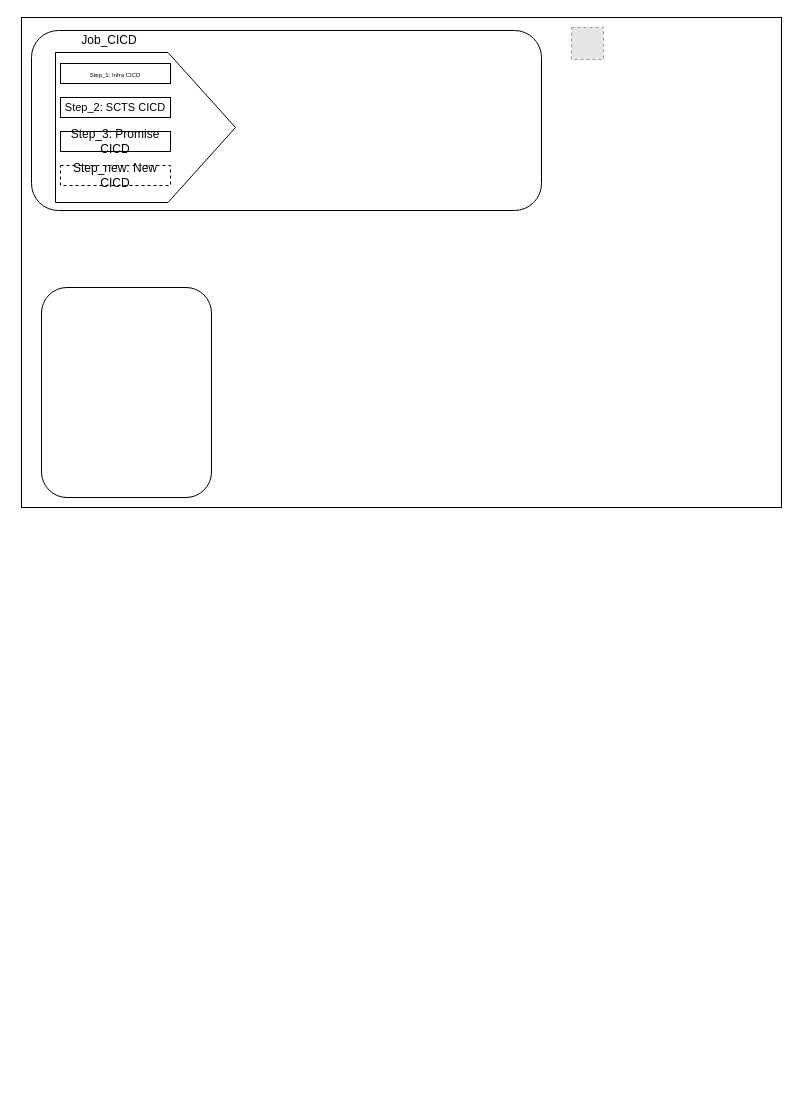
This is github-action-archticture.drawio from wangpengming/drawio, a draw.io file, before an edit. Source tidied: cells renumbered, new cells numbered last; positions are measured from the earlier drawing's top-left corner, leaving out a move shared by most shapes. Both pictures are drawn from the tidied source at 100%, with x=0, y=0 at pixel (21, 17). Pictures stored in the file or linked from it are replaced by grey dashed boxes.
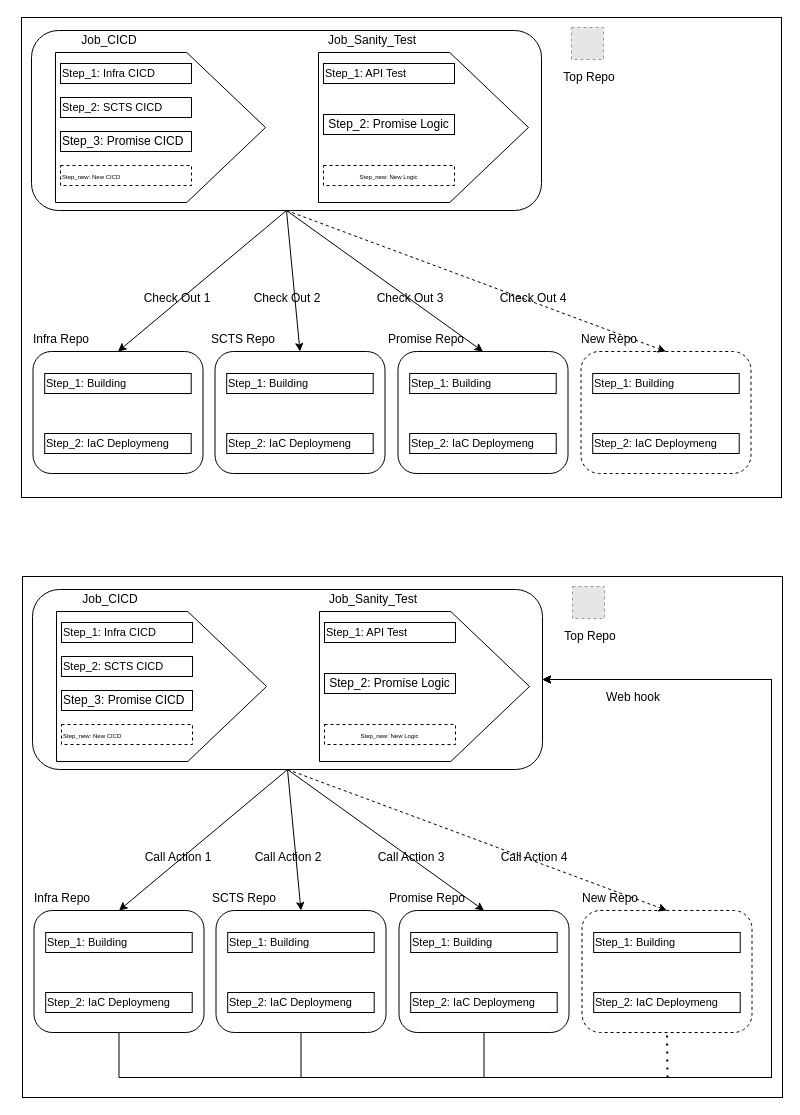
The same page after the edit.

The change refers to these unchanged cells:
```xml
<mxCell id="4" style="rounded=1;whiteSpace=wrap;html=1;fillColor=none;fontSize=12;" parent="1" vertex="1">
  <mxGeometry x="10" y="13" width="510" height="180" as="geometry" />
</mxCell>
```

The edit, as a diff of the source:
```diff
@@
     <mxCell id="2" style="rounded=0;whiteSpace=wrap;html=1;fillColor=none;fontSize=12;" parent="1" vertex="1">
-      <mxGeometry width="760" height="490" as="geometry" />
+      <mxGeometry width="760" height="480" as="geometry" />
     </mxCell>
@@
     <mxCell id="5" style="rounded=1;whiteSpace=wrap;html=1;fillColor=none;fontSize=12;" parent="1" vertex="1">
-      <mxGeometry x="20" y="270" width="170" height="210" as="geometry" />
+      <mxGeometry x="11.5" y="334" width="170" height="122" as="geometry" />
     </mxCell>
     <mxCell id="6" style="shape=offPageConnector;whiteSpace=wrap;html=1;fillColor=none;rotation=-90;fontSize=12;" parent="1" vertex="1">
-      <mxGeometry x="49" y="20" width="150" height="180" as="geometry" />
+      <mxGeometry x="64" y="5" width="150" height="210" as="geometry" />
     </mxCell>
-    <mxCell id="7" value="&lt;font style=&quot;font-size: 6px;&quot;&gt;Step_1: Infra CICD&lt;/font&gt;" style="rounded=0;whiteSpace=wrap;html=1;fillColor=none;fontSize=12;" parent="1" vertex="1">
-      <mxGeometry x="39" y="46" width="110" height="20" as="geometry" />
+    <mxCell id="7" value="&lt;font style=&quot;font-size: 11px;&quot;&gt;Step_1: Infra CICD&lt;/font&gt;" style="rounded=0;whiteSpace=wrap;html=1;fillColor=none;fontSize=12;align=left;" parent="1" vertex="1">
+      <mxGeometry x="39" y="46" width="131" height="20" as="geometry" />
     </mxCell>
@@
-    <mxCell id="9" value="&lt;font style=&quot;font-size: 11px;&quot;&gt;Step_2: SCTS CICD&lt;/font&gt;" style="rounded=0;whiteSpace=wrap;html=1;fillColor=none;fontSize=12;" parent="1" vertex="1">
-      <mxGeometry x="39" y="80" width="110" height="20" as="geometry" />
+    <mxCell id="9" value="&lt;font style=&quot;font-size: 11px;&quot;&gt;Step_2: SCTS CICD&lt;/font&gt;" style="rounded=0;whiteSpace=wrap;html=1;fillColor=none;fontSize=12;align=left;" parent="1" vertex="1">
+      <mxGeometry x="39" y="80" width="131" height="20" as="geometry" />
     </mxCell>
-    <mxCell id="10" value="Step_3: Promise CICD" style="rounded=0;whiteSpace=wrap;html=1;fillColor=none;fontSize=12;" parent="1" vertex="1">
-      <mxGeometry x="39" y="114" width="110" height="20" as="geometry" />
+    <mxCell id="10" value="Step_3: Promise CICD" style="rounded=0;whiteSpace=wrap;html=1;fillColor=none;fontSize=12;align=left;" parent="1" vertex="1">
+      <mxGeometry x="39" y="114" width="131" height="20" as="geometry" />
     </mxCell>
-    <mxCell id="11" value="Step_new: New CICD" style="rounded=0;whiteSpace=wrap;html=1;fillColor=none;dashed=1;fontSize=12;" parent="1" vertex="1">
-      <mxGeometry x="39" y="148" width="110" height="20" as="geometry" />
+    <mxCell id="11" value="&lt;font style=&quot;font-size: 6px;&quot;&gt;Step_new: New CICD&lt;/font&gt;" style="rounded=0;whiteSpace=wrap;html=1;fillColor=none;dashed=1;fontSize=12;align=left;" parent="1" vertex="1">
+      <mxGeometry x="39" y="148" width="131" height="20" as="geometry" />
     </mxCell>
+    <mxCell id="12" style="shape=offPageConnector;whiteSpace=wrap;html=1;fillColor=none;rotation=-90;fontSize=12;" parent="1" vertex="1">
+      <mxGeometry x="327" y="5" width="150" height="210" as="geometry" />
+    </mxCell>
+    <mxCell id="13" value="&lt;font style=&quot;font-size: 11px;&quot;&gt;Step_1: API Test&lt;/font&gt;" style="rounded=0;whiteSpace=wrap;html=1;fillColor=none;fontSize=12;align=left;" parent="1" vertex="1">
+      <mxGeometry x="302" y="46" width="131" height="20" as="geometry" />
+    </mxCell>
+    <mxCell id="14" value="Job_Sanity_Test" style="rounded=0;whiteSpace=wrap;html=1;fillColor=none;opacity=0;shadow=1;fontSize=12;" parent="1" vertex="1">
+      <mxGeometry x="296" y="13" width="110" height="20" as="geometry" />
+    </mxCell>
+    <mxCell id="15" value="Step_2: Promise Logic" style="rounded=0;whiteSpace=wrap;html=1;fillColor=none;fontSize=12;" parent="1" vertex="1">
+      <mxGeometry x="302" y="97" width="131" height="20" as="geometry" />
+    </mxCell>
+    <mxCell id="16" value="&lt;font style=&quot;font-size: 6px;&quot;&gt;Step_new: New Logic&lt;/font&gt;" style="rounded=0;whiteSpace=wrap;html=1;fillColor=none;dashed=1;fontSize=12;" parent="1" vertex="1">
+      <mxGeometry x="302" y="148" width="131" height="20" as="geometry" />
+    </mxCell>
+    <mxCell id="17" value="Top Repo" style="rounded=0;whiteSpace=wrap;html=1;fillColor=none;opacity=0;shadow=1;fontSize=12;" parent="1" vertex="1">
+      <mxGeometry x="528" y="50" width="80" height="20" as="geometry" />
+    </mxCell>
+    <mxCell id="18" value="&lt;font style=&quot;font-size: 11px;&quot;&gt;Step_1: Building&lt;/font&gt;" style="rounded=0;whiteSpace=wrap;html=1;fillColor=none;fontSize=12;align=left;" parent="1" vertex="1">
+      <mxGeometry x="23.2" y="356" width="146.5" height="20" as="geometry" />
+    </mxCell>
+    <mxCell id="19" value="&lt;font style=&quot;font-size: 11px;&quot;&gt;Step_2: IaC Deploymeng&lt;/font&gt;" style="rounded=0;whiteSpace=wrap;html=1;fillColor=none;fontSize=12;align=left;" parent="1" vertex="1">
+      <mxGeometry x="23.2" y="416" width="146.5" height="20" as="geometry" />
+    </mxCell>
+    <mxCell id="20" value="Infra Repo" style="rounded=0;whiteSpace=wrap;html=1;fillColor=none;opacity=0;shadow=1;fontSize=12;" parent="1" vertex="1">
+      <mxGeometry y="312" width="80" height="20" as="geometry" />
+    </mxCell>
+    <mxCell id="21" style="rounded=1;whiteSpace=wrap;html=1;fillColor=none;fontSize=12;" parent="1" vertex="1">
+      <mxGeometry x="193.5" y="334" width="170" height="122" as="geometry" />
+    </mxCell>
+    <mxCell id="22" value="&lt;font style=&quot;font-size: 11px;&quot;&gt;Step_1: Building&lt;/font&gt;" style="rounded=0;whiteSpace=wrap;html=1;fillColor=none;fontSize=12;align=left;" parent="1" vertex="1">
+      <mxGeometry x="205.2" y="356" width="146.5" height="20" as="geometry" />
+    </mxCell>
+    <mxCell id="23" value="&lt;font style=&quot;font-size: 11px;&quot;&gt;Step_2: IaC Deploymeng&lt;/font&gt;" style="rounded=0;whiteSpace=wrap;html=1;fillColor=none;fontSize=12;align=left;" parent="1" vertex="1">
+      <mxGeometry x="205.2" y="416" width="146.5" height="20" as="geometry" />
+    </mxCell>
+    <mxCell id="24" value="SCTS Repo" style="rounded=0;whiteSpace=wrap;html=1;fillColor=none;opacity=0;shadow=1;fontSize=12;" parent="1" vertex="1">
+      <mxGeometry x="182" y="312" width="80" height="20" as="geometry" />
+    </mxCell>
+    <mxCell id="25" style="rounded=1;whiteSpace=wrap;html=1;fillColor=none;fontSize=12;" parent="1" vertex="1">
+      <mxGeometry x="376.5" y="334" width="170" height="122" as="geometry" />
+    </mxCell>
+    <mxCell id="26" value="&lt;font style=&quot;font-size: 11px;&quot;&gt;Step_1: Building&lt;/font&gt;" style="rounded=0;whiteSpace=wrap;html=1;fillColor=none;fontSize=12;align=left;" parent="1" vertex="1">
+      <mxGeometry x="388.2" y="356" width="146.5" height="20" as="geometry" />
+    </mxCell>
+    <mxCell id="27" value="&lt;font style=&quot;font-size: 11px;&quot;&gt;Step_2: IaC Deploymeng&lt;/font&gt;" style="rounded=0;whiteSpace=wrap;html=1;fillColor=none;fontSize=12;align=left;" parent="1" vertex="1">
+      <mxGeometry x="388.2" y="416" width="146.5" height="20" as="geometry" />
+    </mxCell>
+    <mxCell id="28" value="Promise Repo" style="rounded=0;whiteSpace=wrap;html=1;fillColor=none;opacity=0;shadow=1;fontSize=12;" parent="1" vertex="1">
+      <mxGeometry x="365" y="312" width="80" height="20" as="geometry" />
+    </mxCell>
+    <mxCell id="29" style="rounded=1;whiteSpace=wrap;html=1;fillColor=none;fontSize=12;dashed=1;" parent="1" vertex="1">
+      <mxGeometry x="559.5" y="334" width="170" height="122" as="geometry" />
+    </mxCell>
+    <mxCell id="30" value="&lt;font style=&quot;font-size: 11px;&quot;&gt;Step_1: Building&lt;/font&gt;" style="rounded=0;whiteSpace=wrap;html=1;fillColor=none;fontSize=12;align=left;" parent="1" vertex="1">
+      <mxGeometry x="571.2" y="356" width="146.5" height="20" as="geometry" />
+    </mxCell>
+    <mxCell id="31" value="&lt;font style=&quot;font-size: 11px;&quot;&gt;Step_2: IaC Deploymeng&lt;/font&gt;" style="rounded=0;whiteSpace=wrap;html=1;fillColor=none;fontSize=12;align=left;" parent="1" vertex="1">
+      <mxGeometry x="571.2" y="416" width="146.5" height="20" as="geometry" />
+    </mxCell>
+    <mxCell id="32" value="New Repo" style="rounded=0;whiteSpace=wrap;html=1;fillColor=none;opacity=0;shadow=1;fontSize=12;" parent="1" vertex="1">
+      <mxGeometry x="548" y="312" width="80" height="20" as="geometry" />
+    </mxCell>
+    <mxCell id="33" style="endArrow=classic;html=1;rounded=0;fontSize=6;exitX=0.5;exitY=1;exitDx=0;exitDy=0;entryX=0.5;entryY=0;entryDx=0;entryDy=0;" parent="1" edge="1" source="4" target="5">
+      <mxGeometry relative="1" as="geometry" />
+    </mxCell>
+    <mxCell id="34" style="endArrow=classic;html=1;rounded=0;fontSize=6;entryX=0.5;entryY=0;entryDx=0;entryDy=0;exitX=0.5;exitY=1;exitDx=0;exitDy=0;" parent="1" edge="1" source="4" target="21">
+      <mxGeometry relative="1" as="geometry" />
+    </mxCell>
+    <mxCell id="35" style="endArrow=classic;html=1;rounded=0;fontSize=6;exitX=0.5;exitY=1;exitDx=0;exitDy=0;entryX=0.5;entryY=0;entryDx=0;entryDy=0;" parent="1" edge="1" source="4" target="25">
+      <mxGeometry relative="1" as="geometry" />
+    </mxCell>
+    <mxCell id="36" style="endArrow=classic;html=1;rounded=0;fontSize=6;exitX=0.5;exitY=1;exitDx=0;exitDy=0;entryX=0.5;entryY=0;entryDx=0;entryDy=0;dashed=1;" parent="1" edge="1" source="4" target="29">
+      <mxGeometry relative="1" as="geometry" />
+    </mxCell>
+    <mxCell id="37" value="Check Out 1" style="rounded=0;whiteSpace=wrap;html=1;fillColor=none;opacity=0;shadow=1;fontSize=12;" parent="1" vertex="1">
+      <mxGeometry x="116" y="271" width="80" height="20" as="geometry" />
+    </mxCell>
+    <mxCell id="38" value="Check Out 2" style="rounded=0;whiteSpace=wrap;html=1;fillColor=none;opacity=0;shadow=1;fontSize=12;" parent="1" vertex="1">
+      <mxGeometry x="226" y="271" width="80" height="20" as="geometry" />
+    </mxCell>
+    <mxCell id="39" value="Check Out 3" style="rounded=0;whiteSpace=wrap;html=1;fillColor=none;opacity=0;shadow=1;fontSize=12;" parent="1" vertex="1">
+      <mxGeometry x="349" y="271" width="80" height="20" as="geometry" />
+    </mxCell>
+    <mxCell id="40" value="Check Out 4" style="rounded=0;whiteSpace=wrap;html=1;fillColor=none;opacity=0;shadow=1;fontSize=12;" parent="1" vertex="1">
+      <mxGeometry x="472" y="271" width="80" height="20" as="geometry" />
+    </mxCell>
+    <mxCell id="41" style="rounded=0;whiteSpace=wrap;html=1;fillColor=none;fontSize=12;" parent="1" vertex="1">
+      <mxGeometry x="1" y="559" width="760" height="521" as="geometry" />
+    </mxCell>
+    <mxCell id="42" style="fillColor=#E6E6E6;strokeColor=#999999;dashed=1;verticalLabelPosition=bottom;labelBackgroundColor=default;verticalAlign=top;fontSize=12;" parent="1" vertex="1">
+      <mxGeometry x="551" y="569" width="32" height="32" as="geometry" />
+    </mxCell>
+    <mxCell id="43" style="rounded=1;whiteSpace=wrap;html=1;fillColor=none;fontSize=12;" parent="1" vertex="1">
+      <mxGeometry x="11" y="572" width="510" height="180" as="geometry" />
+    </mxCell>
+    <mxCell id="44" style="edgeStyle=orthogonalEdgeStyle;rounded=0;jettySize=auto;html=1;exitX=0.5;exitY=1;exitDx=0;exitDy=0;entryX=1;entryY=0.5;entryDx=0;entryDy=0;fontSize=6;" parent="1" edge="1" source="45" target="43">
+      <mxGeometry relative="1" as="geometry">
+        <Array as="points">
+          <mxPoint x="98" y="1060" />
+          <mxPoint x="750" y="1060" />
+          <mxPoint x="750" y="662" />
+        </Array>
+      </mxGeometry>
+    </mxCell>
+    <mxCell id="45" style="rounded=1;whiteSpace=wrap;html=1;fillColor=none;fontSize=12;" parent="1" vertex="1">
+      <mxGeometry x="12.5" y="893" width="170" height="122" as="geometry" />
+    </mxCell>
+    <mxCell id="46" style="shape=offPageConnector;whiteSpace=wrap;html=1;fillColor=none;rotation=-90;fontSize=12;" parent="1" vertex="1">
+      <mxGeometry x="65" y="564" width="150" height="210" as="geometry" />
+    </mxCell>
+    <mxCell id="47" value="&lt;font style=&quot;font-size: 11px;&quot;&gt;Step_1: Infra CICD&lt;/font&gt;" style="rounded=0;whiteSpace=wrap;html=1;fillColor=none;fontSize=12;align=left;" parent="1" vertex="1">
+      <mxGeometry x="40" y="605" width="131" height="20" as="geometry" />
+    </mxCell>
+    <mxCell id="48" value="Job_CICD" style="rounded=0;whiteSpace=wrap;html=1;fillColor=none;opacity=0;shadow=1;fontSize=12;" parent="1" vertex="1">
+      <mxGeometry x="34" y="572" width="110" height="20" as="geometry" />
+    </mxCell>
+    <mxCell id="49" value="&lt;font style=&quot;font-size: 11px;&quot;&gt;Step_2: SCTS CICD&lt;/font&gt;" style="rounded=0;whiteSpace=wrap;html=1;fillColor=none;fontSize=12;align=left;" parent="1" vertex="1">
+      <mxGeometry x="40" y="639" width="131" height="20" as="geometry" />
+    </mxCell>
+    <mxCell id="50" value="Step_3: Promise CICD" style="rounded=0;whiteSpace=wrap;html=1;fillColor=none;fontSize=12;align=left;" parent="1" vertex="1">
+      <mxGeometry x="40" y="673" width="131" height="20" as="geometry" />
+    </mxCell>
+    <mxCell id="51" value="&lt;font style=&quot;font-size: 6px;&quot;&gt;Step_new: New CICD&lt;/font&gt;" style="rounded=0;whiteSpace=wrap;html=1;fillColor=none;dashed=1;fontSize=12;align=left;" parent="1" vertex="1">
+      <mxGeometry x="40" y="707" width="131" height="20" as="geometry" />
+    </mxCell>
+    <mxCell id="52" style="shape=offPageConnector;whiteSpace=wrap;html=1;fillColor=none;rotation=-90;fontSize=12;" parent="1" vertex="1">
+      <mxGeometry x="328" y="564" width="150" height="210" as="geometry" />
+    </mxCell>
+    <mxCell id="53" value="&lt;font style=&quot;font-size: 11px;&quot;&gt;Step_1: API Test&lt;/font&gt;" style="rounded=0;whiteSpace=wrap;html=1;fillColor=none;fontSize=12;align=left;" parent="1" vertex="1">
+      <mxGeometry x="303" y="605" width="131" height="20" as="geometry" />
+    </mxCell>
+    <mxCell id="54" value="Job_Sanity_Test" style="rounded=0;whiteSpace=wrap;html=1;fillColor=none;opacity=0;shadow=1;fontSize=12;" parent="1" vertex="1">
+      <mxGeometry x="297" y="572" width="110" height="20" as="geometry" />
+    </mxCell>
+    <mxCell id="55" value="Step_2: Promise Logic" style="rounded=0;whiteSpace=wrap;html=1;fillColor=none;fontSize=12;" parent="1" vertex="1">
+      <mxGeometry x="303" y="656" width="131" height="20" as="geometry" />
+    </mxCell>
+    <mxCell id="56" value="&lt;font style=&quot;font-size: 6px;&quot;&gt;Step_new: New Logic&lt;/font&gt;" style="rounded=0;whiteSpace=wrap;html=1;fillColor=none;dashed=1;fontSize=12;" parent="1" vertex="1">
+      <mxGeometry x="303" y="707" width="131" height="20" as="geometry" />
+    </mxCell>
+    <mxCell id="57" value="Top Repo" style="rounded=0;whiteSpace=wrap;html=1;fillColor=none;opacity=0;shadow=1;fontSize=12;" parent="1" vertex="1">
+      <mxGeometry x="529" y="609" width="80" height="20" as="geometry" />
+    </mxCell>
+    <mxCell id="58" value="&lt;font style=&quot;font-size: 11px;&quot;&gt;Step_1: Building&lt;/font&gt;" style="rounded=0;whiteSpace=wrap;html=1;fillColor=none;fontSize=12;align=left;" parent="1" vertex="1">
+      <mxGeometry x="24.2" y="915" width="146.5" height="20" as="geometry" />
+    </mxCell>
+    <mxCell id="59" value="&lt;font style=&quot;font-size: 11px;&quot;&gt;Step_2: IaC Deploymeng&lt;/font&gt;" style="rounded=0;whiteSpace=wrap;html=1;fillColor=none;fontSize=12;align=left;" parent="1" vertex="1">
+      <mxGeometry x="24.2" y="975" width="146.5" height="20" as="geometry" />
+    </mxCell>
+    <mxCell id="60" value="Infra Repo" style="rounded=0;whiteSpace=wrap;html=1;fillColor=none;opacity=0;shadow=1;fontSize=12;" parent="1" vertex="1">
+      <mxGeometry x="1" y="871" width="80" height="20" as="geometry" />
+    </mxCell>
+    <mxCell id="61" style="edgeStyle=orthogonalEdgeStyle;rounded=0;jettySize=auto;html=1;exitX=0.5;exitY=1;exitDx=0;exitDy=0;entryX=1;entryY=0.5;entryDx=0;entryDy=0;fontSize=6;" parent="1" edge="1" source="62" target="43">
+      <mxGeometry relative="1" as="geometry">
+        <Array as="points">
+          <mxPoint x="280" y="1060" />
+          <mxPoint x="750" y="1060" />
+          <mxPoint x="750" y="662" />
+        </Array>
+      </mxGeometry>
+    </mxCell>
+    <mxCell id="62" style="rounded=1;whiteSpace=wrap;html=1;fillColor=none;fontSize=12;" parent="1" vertex="1">
+      <mxGeometry x="194.5" y="893" width="170" height="122" as="geometry" />
+    </mxCell>
+    <mxCell id="63" value="&lt;font style=&quot;font-size: 11px;&quot;&gt;Step_1: Building&lt;/font&gt;" style="rounded=0;whiteSpace=wrap;html=1;fillColor=none;fontSize=12;align=left;" parent="1" vertex="1">
+      <mxGeometry x="206.2" y="915" width="146.5" height="20" as="geometry" />
+    </mxCell>
+    <mxCell id="64" value="&lt;font style=&quot;font-size: 11px;&quot;&gt;Step_2: IaC Deploymeng&lt;/font&gt;" style="rounded=0;whiteSpace=wrap;html=1;fillColor=none;fontSize=12;align=left;" parent="1" vertex="1">
+      <mxGeometry x="206.2" y="975" width="146.5" height="20" as="geometry" />
+    </mxCell>
+    <mxCell id="65" value="SCTS Repo" style="rounded=0;whiteSpace=wrap;html=1;fillColor=none;opacity=0;shadow=1;fontSize=12;" parent="1" vertex="1">
+      <mxGeometry x="183" y="871" width="80" height="20" as="geometry" />
+    </mxCell>
+    <mxCell id="66" style="edgeStyle=orthogonalEdgeStyle;rounded=0;jettySize=auto;html=1;exitX=0.5;exitY=1;exitDx=0;exitDy=0;entryX=1;entryY=0.5;entryDx=0;entryDy=0;fontSize=6;" parent="1" edge="1" source="67" target="43">
+      <mxGeometry relative="1" as="geometry">
+        <Array as="points">
+          <mxPoint x="462" y="1060" />
+          <mxPoint x="750" y="1060" />
+          <mxPoint x="750" y="662" />
+        </Array>
+      </mxGeometry>
+    </mxCell>
+    <mxCell id="67" style="rounded=1;whiteSpace=wrap;html=1;fillColor=none;fontSize=12;" parent="1" vertex="1">
+      <mxGeometry x="377.5" y="893" width="170" height="122" as="geometry" />
+    </mxCell>
+    <mxCell id="68" value="&lt;font style=&quot;font-size: 11px;&quot;&gt;Step_1: Building&lt;/font&gt;" style="rounded=0;whiteSpace=wrap;html=1;fillColor=none;fontSize=12;align=left;" parent="1" vertex="1">
+      <mxGeometry x="389.2" y="915" width="146.5" height="20" as="geometry" />
+    </mxCell>
+    <mxCell id="69" value="&lt;font style=&quot;font-size: 11px;&quot;&gt;Step_2: IaC Deploymeng&lt;/font&gt;" style="rounded=0;whiteSpace=wrap;html=1;fillColor=none;fontSize=12;align=left;" parent="1" vertex="1">
+      <mxGeometry x="389.2" y="975" width="146.5" height="20" as="geometry" />
+    </mxCell>
+    <mxCell id="70" value="Promise Repo" style="rounded=0;whiteSpace=wrap;html=1;fillColor=none;opacity=0;shadow=1;fontSize=12;" parent="1" vertex="1">
+      <mxGeometry x="366" y="871" width="80" height="20" as="geometry" />
+    </mxCell>
+    <mxCell id="71" style="rounded=1;whiteSpace=wrap;html=1;fillColor=none;fontSize=12;dashed=1;" parent="1" vertex="1">
+      <mxGeometry x="560.5" y="893" width="170" height="122" as="geometry" />
+    </mxCell>
+    <mxCell id="72" value="&lt;font style=&quot;font-size: 11px;&quot;&gt;Step_1: Building&lt;/font&gt;" style="rounded=0;whiteSpace=wrap;html=1;fillColor=none;fontSize=12;align=left;" parent="1" vertex="1">
+      <mxGeometry x="572.2" y="915" width="146.5" height="20" as="geometry" />
+    </mxCell>
+    <mxCell id="73" value="&lt;font style=&quot;font-size: 11px;&quot;&gt;Step_2: IaC Deploymeng&lt;/font&gt;" style="rounded=0;whiteSpace=wrap;html=1;fillColor=none;fontSize=12;align=left;" parent="1" vertex="1">
+      <mxGeometry x="572.2" y="975" width="146.5" height="20" as="geometry" />
+    </mxCell>
+    <mxCell id="74" value="New Repo" style="rounded=0;whiteSpace=wrap;html=1;fillColor=none;opacity=0;shadow=1;fontSize=12;" parent="1" vertex="1">
+      <mxGeometry x="549" y="871" width="80" height="20" as="geometry" />
+    </mxCell>
+    <mxCell id="75" style="endArrow=classic;html=1;rounded=0;fontSize=6;exitX=0.5;exitY=1;exitDx=0;exitDy=0;entryX=0.5;entryY=0;entryDx=0;entryDy=0;" parent="1" edge="1" source="43" target="45">
+      <mxGeometry relative="1" as="geometry" />
+    </mxCell>
+    <mxCell id="76" style="endArrow=classic;html=1;rounded=0;fontSize=6;entryX=0.5;entryY=0;entryDx=0;entryDy=0;exitX=0.5;exitY=1;exitDx=0;exitDy=0;" parent="1" edge="1" source="43" target="62">
+      <mxGeometry relative="1" as="geometry" />
+    </mxCell>
+    <mxCell id="77" style="endArrow=classic;html=1;rounded=0;fontSize=6;exitX=0.5;exitY=1;exitDx=0;exitDy=0;entryX=0.5;entryY=0;entryDx=0;entryDy=0;" parent="1" edge="1" source="43" target="67">
+      <mxGeometry relative="1" as="geometry" />
+    </mxCell>
+    <mxCell id="78" style="endArrow=classic;html=1;rounded=0;fontSize=6;exitX=0.5;exitY=1;exitDx=0;exitDy=0;entryX=0.5;entryY=0;entryDx=0;entryDy=0;dashed=1;" parent="1" edge="1" source="43" target="71">
+      <mxGeometry relative="1" as="geometry" />
+    </mxCell>
+    <mxCell id="79" value="Call Action 1" style="rounded=0;whiteSpace=wrap;html=1;fillColor=none;opacity=0;shadow=1;fontSize=12;" parent="1" vertex="1">
+      <mxGeometry x="117" y="830" width="80" height="20" as="geometry" />
+    </mxCell>
+    <mxCell id="80" value="Call Action&amp;nbsp;2" style="rounded=0;whiteSpace=wrap;html=1;fillColor=none;opacity=0;shadow=1;fontSize=12;" parent="1" vertex="1">
+      <mxGeometry x="227" y="830" width="80" height="20" as="geometry" />
+    </mxCell>
+    <mxCell id="81" value="Call Action&amp;nbsp;3" style="rounded=0;whiteSpace=wrap;html=1;fillColor=none;opacity=0;shadow=1;fontSize=12;" parent="1" vertex="1">
+      <mxGeometry x="350" y="830" width="80" height="20" as="geometry" />
+    </mxCell>
+    <mxCell id="82" value="Call Action&amp;nbsp;4" style="rounded=0;whiteSpace=wrap;html=1;fillColor=none;opacity=0;shadow=1;fontSize=12;" parent="1" vertex="1">
+      <mxGeometry x="473" y="830" width="80" height="20" as="geometry" />
+    </mxCell>
+    <mxCell id="83" style="endArrow=none;dashed=1;html=1;dashPattern=1 3;strokeWidth=2;rounded=0;fontSize=6;entryX=0.5;entryY=1;entryDx=0;entryDy=0;" parent="1" edge="1" target="71">
+      <mxGeometry relative="1" as="geometry">
+        <mxPoint x="646" y="1060" as="sourcePoint" />
+      </mxGeometry>
+    </mxCell>
+    <mxCell id="84" value="Web hook" style="rounded=0;whiteSpace=wrap;html=1;fillColor=none;opacity=0;shadow=1;fontSize=12;" parent="1" vertex="1">
+      <mxGeometry x="572.2" y="670" width="80" height="20" as="geometry" />
+    </mxCell>
```
